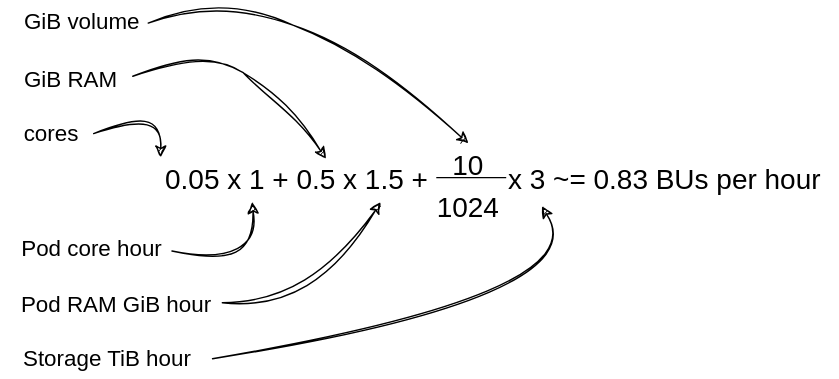
This is docs/cloud/rahti/images/RahtiRequest.drawio.svg from CSCfi/csc-user-guide, a draw.io export, as it was before one commit. Source tidied: cells renumbered, new cells last; positions are measured from the earlier drawing's top-left corner, leaving out a move shared by most shapes. The source it was exported from:
```xml
<mxGraphModel>
  <root>
    <mxCell id="0" />
    <mxCell id="1" parent="0" />
    <mxCell id="2" style="curved=1;endArrow=classic;html=1;rounded=0;exitX=1;exitY=0.5;exitDx=0;exitDy=0;entryX=0;entryY=0;entryDx=0;entryDy=0;sketch=1;curveFitting=1;jiggle=2;" parent="1" edge="1" source="8" target="3">
      <mxGeometry relative="1" as="geometry">
        <Array as="points">
          <mxPoint x="114" y="79" />
        </Array>
      </mxGeometry>
    </mxCell>
    <mxCell id="3" value="&lt;font style=&quot;font-size: 20px;&quot;&gt;0.05 x 1 + 0.5 x 1.5 +&lt;/font&gt;" style="text;html=1;align=center;verticalAlign=middle;whiteSpace=wrap;rounded=0;" parent="1" vertex="1">
      <mxGeometry x="114" y="119" width="195" height="30" as="geometry" />
    </mxCell>
    <mxCell id="4" value="&lt;font style=&quot;font-size: 20px;&quot;&gt;10&lt;/font&gt;" style="text;html=1;align=center;verticalAlign=middle;whiteSpace=wrap;rounded=0;" parent="1" vertex="1">
      <mxGeometry x="304" y="109" width="60" height="30" as="geometry" />
    </mxCell>
    <mxCell id="5" value="&lt;font style=&quot;font-size: 20px;&quot;&gt;1024&lt;/font&gt;" style="text;html=1;align=center;verticalAlign=middle;whiteSpace=wrap;rounded=0;" parent="1" vertex="1">
      <mxGeometry x="304" y="139" width="60" height="30" as="geometry" />
    </mxCell>
    <mxCell id="6" style="endArrow=none;html=1;rounded=0;" parent="1" edge="1">
      <mxGeometry relative="1" as="geometry">
        <mxPoint x="311" y="133.5" as="sourcePoint" />
        <mxPoint x="361" y="133.5" as="targetPoint" />
        <Array as="points">
          <mxPoint x="341" y="133.5" />
        </Array>
      </mxGeometry>
    </mxCell>
    <mxCell id="7" value="&lt;font style=&quot;font-size: 20px;&quot;&gt;x 3 ~= 0.83 BUs per hour&lt;br&gt;&lt;/font&gt;" style="text;html=1;align=center;verticalAlign=middle;points=[];strokeColor=none;fillColor=none;" parent="1" vertex="1">
      <mxGeometry x="349" y="114" width="250" height="40" as="geometry" />
    </mxCell>
    <mxCell id="8" value="&lt;font style=&quot;font-size: 16px;&quot;&gt;cores&lt;/font&gt;" style="text;html=1;align=center;verticalAlign=middle;whiteSpace=wrap;rounded=0;" parent="1" vertex="1">
      <mxGeometry x="6" y="87" width="60" height="30" as="geometry" />
    </mxCell>
    <mxCell id="9" value="&lt;font style=&quot;font-size: 16px;&quot;&gt;Storage TiB hour&lt;/font&gt;" style="text;html=1;align=center;verticalAlign=middle;whiteSpace=wrap;rounded=0;" parent="1" vertex="1">
      <mxGeometry x="1" y="248" width="150" height="30" as="geometry" />
    </mxCell>
    <mxCell id="10" value="&lt;font style=&quot;font-size: 16px;&quot;&gt;Pod RAM GiB hour&lt;/font&gt;" style="text;html=1;align=center;verticalAlign=middle;whiteSpace=wrap;rounded=0;" parent="1" vertex="1">
      <mxGeometry x="10" y="209" width="145" height="30" as="geometry" />
    </mxCell>
    <mxCell id="11" value="&lt;font style=&quot;font-size: 16px;&quot;&gt;Pod core hour&lt;/font&gt;" style="text;html=1;align=center;verticalAlign=middle;whiteSpace=wrap;rounded=0;" parent="1" vertex="1">
      <mxGeometry x="10" y="169" width="110" height="30" as="geometry" />
    </mxCell>
    <mxCell id="12" value="&lt;font style=&quot;font-size: 16px;&quot;&gt;GiB volume&lt;/font&gt;" style="text;html=1;align=center;verticalAlign=middle;whiteSpace=wrap;rounded=0;" parent="1" vertex="1">
      <mxGeometry x="8" y="7" width="100" height="30" as="geometry" />
    </mxCell>
    <mxCell id="13" value="&lt;font style=&quot;font-size: 16px;&quot;&gt;GiB RAM&lt;/font&gt;" style="text;html=1;align=center;verticalAlign=middle;whiteSpace=wrap;rounded=0;" parent="1" vertex="1">
      <mxGeometry y="48" width="100" height="30" as="geometry" />
    </mxCell>
    <mxCell id="14" style="curved=1;endArrow=classic;html=1;rounded=0;strokeColor=none;targetPerimeterSpacing=0;sourcePerimeterSpacing=0;strokeWidth=5;sketch=1;curveFitting=1;jiggle=2;" parent="1" edge="1">
      <mxGeometry relative="1" as="geometry">
        <mxPoint x="131" y="203" as="sourcePoint" />
        <mxPoint x="181" y="153" as="targetPoint" />
        <Array as="points">
          <mxPoint x="181" y="203" />
          <mxPoint x="131" y="153" />
        </Array>
      </mxGeometry>
    </mxCell>
    <mxCell id="15" style="curved=1;endArrow=classic;html=1;rounded=0;entryX=0.335;entryY=1.067;entryDx=0;entryDy=0;entryPerimeter=0;sketch=1;curveFitting=1;jiggle=2;" parent="1" edge="1" target="3">
      <mxGeometry relative="1" as="geometry">
        <mxPoint x="122" y="186" as="sourcePoint" />
        <Array as="points">
          <mxPoint x="184" y="199" />
        </Array>
      </mxGeometry>
    </mxCell>
    <mxCell id="16" style="curved=1;endArrow=classic;html=1;rounded=0;entryX=0.806;entryY=1.067;entryDx=0;entryDy=0;entryPerimeter=0;sketch=1;curveFitting=1;jiggle=2;" parent="1" edge="1" target="3">
      <mxGeometry relative="1" as="geometry">
        <mxPoint x="158" y="223" as="sourcePoint" />
        <Array as="points">
          <mxPoint x="224" y="229" />
        </Array>
      </mxGeometry>
    </mxCell>
    <mxCell id="17" style="curved=1;endArrow=classic;html=1;rounded=0;exitX=1;exitY=0.5;exitDx=0;exitDy=0;entryX=0.15;entryY=1;entryDx=0;entryDy=0;entryPerimeter=0;sketch=1;curveFitting=1;jiggle=2;" parent="1" edge="1" source="9" target="7">
      <mxGeometry relative="1" as="geometry">
        <Array as="points">
          <mxPoint x="424" y="218" />
        </Array>
      </mxGeometry>
    </mxCell>
    <mxCell id="18" style="curved=1;endArrow=classic;html=1;rounded=0;exitX=1;exitY=0.5;exitDx=0;exitDy=0;entryX=0.606;entryY=0.033;entryDx=0;entryDy=0;sketch=1;curveFitting=1;jiggle=2;entryPerimeter=0;" parent="1" edge="1" target="3">
      <mxGeometry relative="1" as="geometry">
        <mxPoint x="94" y="61" as="sourcePoint" />
        <Array as="points">
          <mxPoint x="142" y="38" />
          <mxPoint x="204" y="79" />
        </Array>
      </mxGeometry>
    </mxCell>
    <mxCell id="19" style="curved=1;endArrow=classic;html=1;rounded=0;exitX=1;exitY=0.5;exitDx=0;exitDy=0;entryX=0.5;entryY=0;entryDx=0;entryDy=0;sketch=1;curveFitting=1;jiggle=2;" parent="1" edge="1" target="4">
      <mxGeometry relative="1" as="geometry">
        <mxPoint x="105" y="23" as="sourcePoint" />
        <Array as="points">
          <mxPoint x="153" />
          <mxPoint x="264" y="49" />
        </Array>
      </mxGeometry>
    </mxCell>
  </root>
</mxGraphModel>
```
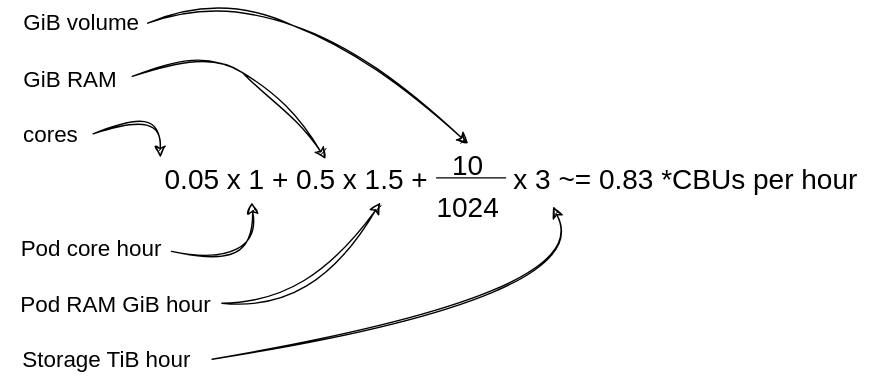
The same diagram one commit later.

The edit, as a diff of the source:
```diff
@@ -27,8 +27,8 @@
         </Array>
       </mxGeometry>
     </mxCell>
-    <mxCell id="7" value="&lt;font style=&quot;font-size: 20px;&quot;&gt;x 3 ~= 0.83 BUs per hour&lt;br&gt;&lt;/font&gt;" style="text;html=1;align=center;verticalAlign=middle;points=[];strokeColor=none;fillColor=none;" parent="1" vertex="1">
-      <mxGeometry x="349" y="114" width="250" height="40" as="geometry" />
+    <mxCell id="7" value="&lt;div style=&quot;text-align: left;&quot;&gt;&lt;span style=&quot;font-size: 20px; background-color: initial;&quot;&gt;x 3 ~= 0.83 *CBUs per hour&lt;/span&gt;&lt;/div&gt;" style="text;html=1;align=center;verticalAlign=middle;points=[];strokeColor=none;fillColor=none;" parent="1" vertex="1">
+      <mxGeometry x="354" y="114" width="270" height="40" as="geometry" />
     </mxCell>
     <mxCell id="8" value="&lt;font style=&quot;font-size: 16px;&quot;&gt;cores&lt;/font&gt;" style="text;html=1;align=center;verticalAlign=middle;whiteSpace=wrap;rounded=0;" parent="1" vertex="1">
       <mxGeometry x="6" y="87" width="60" height="30" as="geometry" />
```
